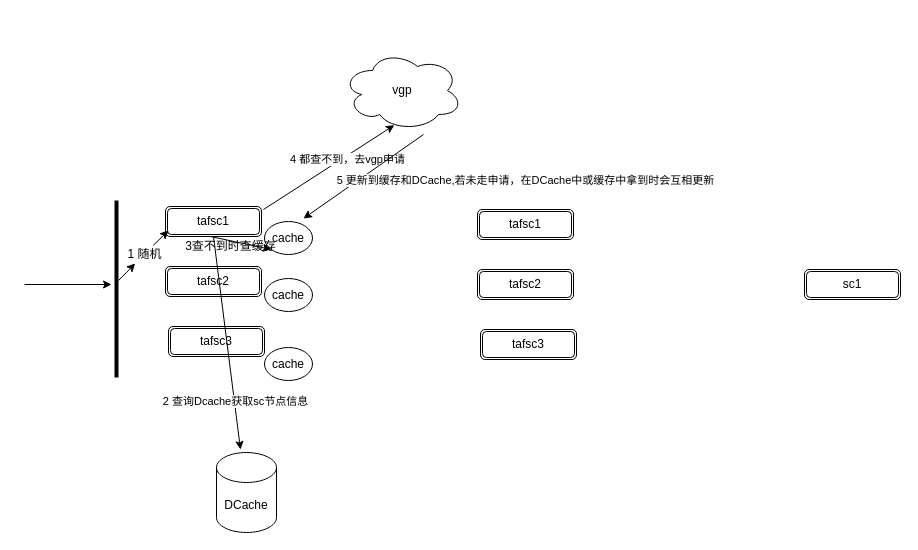
Above: tafsc.drawio in xdksx/hello-world (draw.io), before the change. Source tidied: cells renumbered, new cells numbered last; positions are measured from the earlier drawing's top-left corner, leaving out a move shared by most shapes. Both pictures are drawn from the tidied source at 100%, with x=0, y=0 at pixel (24, 50).
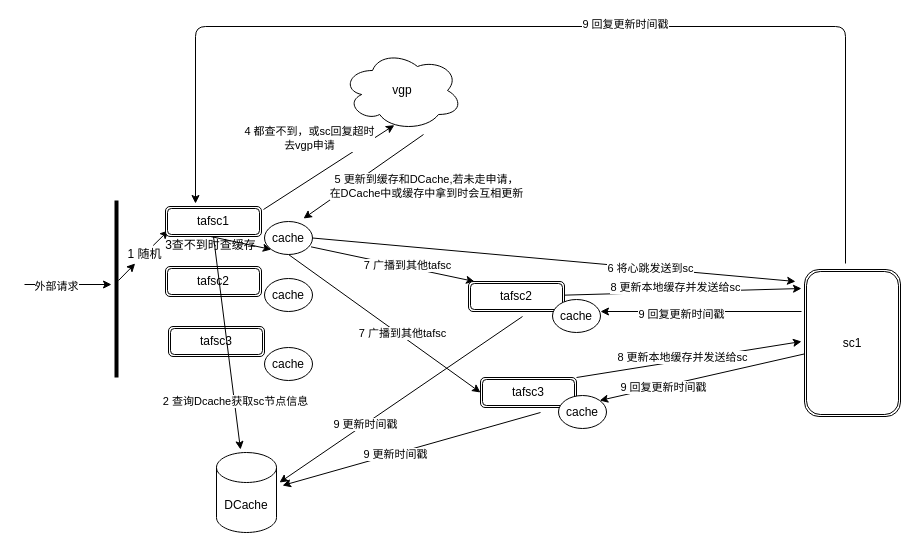
The same page after the edit.

Unchanged cells that the change refers to:
```xml
<mxCell id="6" style="endArrow=classic;html=1;" parent="1" edge="1">
  <mxGeometry relative="1" as="geometry">
    <mxPoint y="234" as="sourcePoint" />
    <mxPoint x="87" y="234" as="targetPoint" />
  </mxGeometry>
</mxCell>
<mxCell id="23" style="endArrow=classic;html=1;entryX=0.432;entryY=0.933;entryDx=0;entryDy=0;entryPerimeter=0;" parent="1" edge="1" target="22">
  <mxGeometry relative="1" as="geometry">
    <mxPoint x="239" y="159" as="sourcePoint" />
  </mxGeometry>
</mxCell>
<mxCell id="25" style="endArrow=classic;html=1;" parent="1" edge="1">
  <mxGeometry relative="1" as="geometry">
    <mxPoint x="399" y="84" as="sourcePoint" />
    <mxPoint x="279" y="168" as="targetPoint" />
  </mxGeometry>
</mxCell>
```

The edit, as a diff of the source:
```diff
@@
-    <mxCell id="3" value="tafsc1" style="shape=ext;double=1;rounded=1;whiteSpace=wrap;html=1;" parent="1" vertex="1">
-      <mxGeometry x="141" y="156" width="96" height="30" as="geometry" />
-    </mxCell>
@@
+    <mxCell id="27" value="外部请求" style="edgeLabel;html=1;align=center;verticalAlign=middle;" parent="6" vertex="1">
+      <mxGeometry x="-0.28" y="-1" relative="1" as="geometry" />
+    </mxCell>
@@
-    <mxCell id="10" value="tafsc1" style="shape=ext;double=1;rounded=1;whiteSpace=wrap;html=1;" parent="1" vertex="1">
-      <mxGeometry x="453" y="159" width="96" height="30" as="geometry" />
-    </mxCell>
-    <mxCell id="11" value="tafsc2" style="shape=ext;double=1;rounded=1;whiteSpace=wrap;html=1;" parent="1" vertex="1">
-      <mxGeometry x="453" y="219" width="96" height="30" as="geometry" />
-    </mxCell>
-    <mxCell id="12" value="tafsc3" style="shape=ext;double=1;rounded=1;whiteSpace=wrap;html=1;" parent="1" vertex="1">
-      <mxGeometry x="456" y="279" width="96" height="30" as="geometry" />
-    </mxCell>
     <mxCell id="13" value="sc1" style="shape=ext;double=1;rounded=1;whiteSpace=wrap;html=1;" parent="1" vertex="1">
-      <mxGeometry x="780" y="219" width="96" height="30" as="geometry" />
+      <mxGeometry x="780" y="219" width="96" height="147" as="geometry" />
     </mxCell>
-    <mxCell id="14" value="cache" style="ellipse;whiteSpace=wrap;html=1;" parent="1" vertex="1">
-      <mxGeometry x="240" y="171" width="48" height="33" as="geometry" />
-    </mxCell>
@@
     <mxCell id="21" value="3查不到时查缓存" style="text;html=1;align=center;verticalAlign=middle;" parent="1" vertex="1">
-      <mxGeometry x="155" y="187" width="102" height="18" as="geometry" />
+      <mxGeometry x="135" y="186" width="102" height="18" as="geometry" />
     </mxCell>
@@
-    <mxCell id="24" value="4 都查不到，去vgp申请" style="edgeLabel;html=1;align=center;verticalAlign=middle;" parent="23" vertex="1">
-      <mxGeometry x="0.26" y="-3" relative="1" as="geometry" />
+    <mxCell id="24" value="4 都查不到，或sc回复超时&lt;br&gt;去vgp申请" style="edgeLabel;html=1;align=center;verticalAlign=middle;" parent="23" vertex="1">
+      <mxGeometry x="0.26" y="-3" relative="1" as="geometry">
+        <mxPoint x="-38.3" y="-21.2" as="offset" />
+      </mxGeometry>
     </mxCell>
@@
-    <mxCell id="26" value="5 更新到缓存和DCache,若未走申请，在DCache中或缓存中拿到时会互相更新" style="edgeLabel;html=1;align=center;verticalAlign=middle;" parent="25" vertex="1">
+    <mxCell id="26" value="5 更新到缓存和DCache,若未走申请，&lt;br&gt;在DCache中或缓存中拿到时会互相更新" style="edgeLabel;html=1;align=center;verticalAlign=middle;" parent="25" vertex="1">
       <mxGeometry x="0.19" y="-1" relative="1" as="geometry">
-        <mxPoint x="173.6" y="-3.9" as="offset" />
+        <mxPoint x="74.6" y="2.1" as="offset" />
       </mxGeometry>
     </mxCell>
+    <mxCell id="28" style="endArrow=classic;html=1;exitX=1;exitY=0.5;exitDx=0;exitDy=0;" parent="1" edge="1" source="14">
+      <mxGeometry relative="1" as="geometry">
+        <mxPoint x="771" y="231" as="targetPoint" />
+      </mxGeometry>
+    </mxCell>
+    <mxCell id="29" value="6 将心跳发送到sc" style="edgeLabel;html=1;align=center;verticalAlign=middle;" parent="28" vertex="1">
+      <mxGeometry x="0.4" relative="1" as="geometry" />
+    </mxCell>
+    <mxCell id="30" style="endArrow=classic;html=1;exitX=0.969;exitY=0.768;exitDx=0;exitDy=0;exitPerimeter=0;" parent="1" edge="1" source="14">
+      <mxGeometry relative="1" as="geometry">
+        <mxPoint x="450" y="231" as="targetPoint" />
+      </mxGeometry>
+    </mxCell>
+    <mxCell id="31" value="7 广播到其他tafsc" style="edgeLabel;html=1;align=center;verticalAlign=middle;" parent="30" vertex="1">
+      <mxGeometry x="0.17" y="2" relative="1" as="geometry" />
+    </mxCell>
+    <mxCell id="32" style="endArrow=classic;html=1;exitX=0.5;exitY=1;exitDx=0;exitDy=0;entryX=0;entryY=0.5;entryDx=0;entryDy=0;" parent="1" edge="1" source="14" target="12">
+      <mxGeometry relative="1" as="geometry" />
+    </mxCell>
+    <mxCell id="33" value="7 广播到其他tafsc" style="edgeLabel;html=1;align=center;verticalAlign=middle;" parent="32" vertex="1">
+      <mxGeometry x="0.17" y="2" relative="1" as="geometry" />
+    </mxCell>
+    <mxCell id="34" style="endArrow=classic;html=1;exitX=1;exitY=0;exitDx=0;exitDy=0;" parent="1" edge="1" source="12">
+      <mxGeometry relative="1" as="geometry">
+        <mxPoint x="777" y="291" as="targetPoint" />
+      </mxGeometry>
+    </mxCell>
+    <mxCell id="35" value="8 更新本地缓存并发送给sc" style="edgeLabel;html=1;align=center;verticalAlign=middle;" parent="34" vertex="1">
+      <mxGeometry x="-0.15" y="-2" relative="1" as="geometry">
+        <mxPoint x="9.9" y="-7.3" as="offset" />
+      </mxGeometry>
+    </mxCell>
+    <mxCell id="36" style="edgeStyle=segmentEdgeStyle;endArrow=classic;html=1;" parent="1" edge="1">
+      <mxGeometry relative="1" as="geometry">
+        <mxPoint x="821" y="213" as="sourcePoint" />
+        <mxPoint x="171" y="153" as="targetPoint" />
+        <Array as="points">
+          <mxPoint x="821" y="-24" />
+          <mxPoint x="171" y="-24" />
+        </Array>
+      </mxGeometry>
+    </mxCell>
+    <mxCell id="37" value="9 回复更新时间戳" style="edgeLabel;html=1;align=center;verticalAlign=middle;" parent="36" vertex="1">
+      <mxGeometry x="-0.14" y="-3" relative="1" as="geometry" />
+    </mxCell>
+    <mxCell id="38" style="endArrow=classic;html=1;" parent="1" edge="1">
+      <mxGeometry relative="1" as="geometry">
+        <mxPoint x="777" y="261" as="sourcePoint" />
+        <mxPoint x="576" y="261" as="targetPoint" />
+      </mxGeometry>
+    </mxCell>
+    <mxCell id="39" value="9 回复更新时间戳" style="edgeLabel;html=1;align=center;verticalAlign=middle;" parent="38" vertex="1">
+      <mxGeometry x="0.2" y="2" relative="1" as="geometry" />
+    </mxCell>
+    <mxCell id="40" style="endArrow=classic;html=1;entryX=1;entryY=0;entryDx=0;entryDy=0;" parent="1" edge="1" source="13" target="45">
+      <mxGeometry relative="1" as="geometry" />
+    </mxCell>
+    <mxCell id="41" value="9 回复更新时间戳" style="edgeLabel;html=1;align=center;verticalAlign=middle;" parent="40" vertex="1">
+      <mxGeometry x="0.42" y="-3" relative="1" as="geometry">
+        <mxPoint x="4.7" y="3.4" as="offset" />
+      </mxGeometry>
+    </mxCell>
+    <mxCell id="42" style="endArrow=classic;html=1;" parent="1" edge="1" source="11">
+      <mxGeometry relative="1" as="geometry">
+        <mxPoint x="777" y="238" as="targetPoint" />
+      </mxGeometry>
+    </mxCell>
+    <mxCell id="43" value="8 更新本地缓存并发送给sc" style="edgeLabel;html=1;align=center;verticalAlign=middle;" parent="42" vertex="1">
+      <mxGeometry x="-0.15" y="-2" relative="1" as="geometry">
+        <mxPoint x="9.9" y="-7.3" as="offset" />
+      </mxGeometry>
+    </mxCell>
+    <mxCell id="44" style="group;" parent="1" vertex="1">
+      <mxGeometry x="456" y="327" width="126" height="51" as="geometry" />
+    </mxCell>
+    <mxCell id="12" value="tafsc3" style="shape=ext;double=1;rounded=1;whiteSpace=wrap;html=1;" parent="44" vertex="1">
+      <mxGeometry width="96" height="30" as="geometry" />
+    </mxCell>
+    <mxCell id="45" value="cache" style="ellipse;whiteSpace=wrap;html=1;" parent="44" vertex="1">
+      <mxGeometry x="78" y="18" width="48" height="33" as="geometry" />
+    </mxCell>
+    <mxCell id="46" style="group;" parent="1" vertex="1">
+      <mxGeometry x="444" y="231" width="144" height="48" as="geometry" />
+    </mxCell>
+    <mxCell id="11" value="tafsc2" style="shape=ext;double=1;rounded=1;whiteSpace=wrap;html=1;" parent="46" vertex="1">
+      <mxGeometry width="96" height="30" as="geometry" />
+    </mxCell>
+    <mxCell id="47" value="cache" style="ellipse;whiteSpace=wrap;html=1;" parent="46" vertex="1">
+      <mxGeometry x="84" y="18" width="48" height="33" as="geometry" />
+    </mxCell>
+    <mxCell id="48" style="endArrow=classic;html=1;" parent="1" edge="1">
+      <mxGeometry relative="1" as="geometry">
+        <mxPoint x="498" y="266" as="sourcePoint" />
+        <mxPoint x="255" y="432" as="targetPoint" />
+      </mxGeometry>
+    </mxCell>
+    <mxCell id="49" value="9 更新时间戳" style="edgeLabel;html=1;align=center;verticalAlign=middle;" parent="48" vertex="1">
+      <mxGeometry x="0.3" relative="1" as="geometry" />
+    </mxCell>
+    <mxCell id="50" style="endArrow=classic;html=1;" parent="1" edge="1">
+      <mxGeometry relative="1" as="geometry">
+        <mxPoint x="516" y="362" as="sourcePoint" />
+        <mxPoint x="258" y="435" as="targetPoint" />
+      </mxGeometry>
+    </mxCell>
+    <mxCell id="51" value="9 更新时间戳" style="edgeLabel;html=1;align=center;verticalAlign=middle;" parent="50" vertex="1">
+      <mxGeometry x="0.13" relative="1" as="geometry" />
+    </mxCell>
+    <mxCell id="52" style="group;" parent="1" vertex="1">
+      <mxGeometry x="141" y="156" width="147" height="48" as="geometry" />
+    </mxCell>
+    <mxCell id="3" value="tafsc1" style="shape=ext;double=1;rounded=1;whiteSpace=wrap;html=1;" parent="52" vertex="1">
+      <mxGeometry width="96" height="30" as="geometry" />
+    </mxCell>
+    <mxCell id="14" value="cache" style="ellipse;whiteSpace=wrap;html=1;" parent="52" vertex="1">
+      <mxGeometry x="99" y="15" width="48" height="33" as="geometry" />
+    </mxCell>
```
